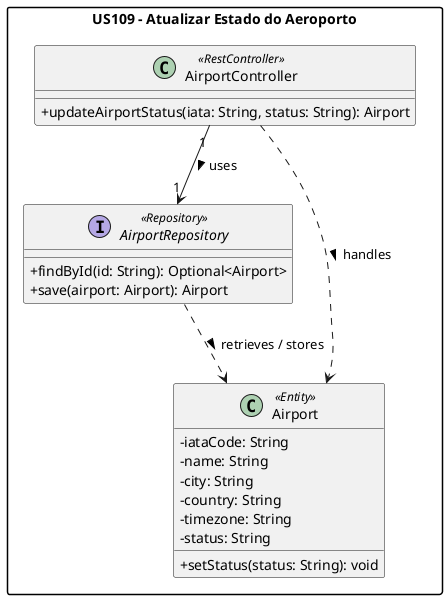
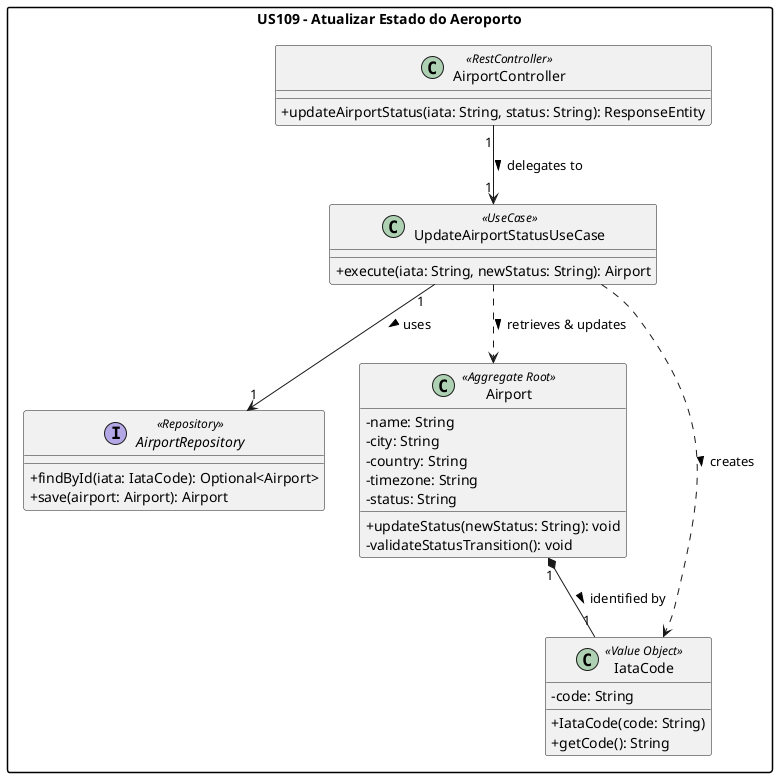
@startuml
skinparam classAttributeIconSize 0
skinparam packageStyle rectangle

package "US109 - Atualizar Estado do Aeroporto" {

    class AirportController <<RestController>> {
-       + updateAirportStatus(iata: String, status: String): Airport
+       + updateAirportStatus(iata: String, status: String): ResponseEntity
+     }
+ 
+     class UpdateAirportStatusUseCase <<UseCase>> {
+       + execute(iata: String, newStatus: String): Airport
    }

    interface AirportRepository <<Repository>> {
-       + findById(id: String): Optional<Airport>
+       + findById(iata: IataCode): Optional<Airport>
      + save(airport: Airport): Airport
    }

-     class Airport <<Entity>> {
-       - iataCode: String
+     class Airport <<Aggregate Root>> {
      - name: String
      - city: String
      - country: String
      - timezone: String
      - status: String
-       + setStatus(status: String): void
+       + updateStatus(newStatus: String): void
+       - validateStatusTransition(): void
    }

-     AirportController "1" --> "1" AirportRepository : uses >
-     AirportController ..> Airport : handles >
-     AirportRepository ..> Airport : retrieves / stores >
+     class IataCode <<Value Object>> {
+       - code: String
+       + IataCode(code: String)
+       + getCode(): String
+     }
+ 
+     ' Relacionamentos
+     AirportController "1" --> "1" UpdateAirportStatusUseCase : delegates to >
+     UpdateAirportStatusUseCase "1" --> "1" AirportRepository : uses >
+ 
+     UpdateAirportStatusUseCase ..> Airport : retrieves & updates >
+     UpdateAirportStatusUseCase ..> IataCode : creates >
+ 
+     Airport "1" *-- "1" IataCode : identified by >
}
@enduml